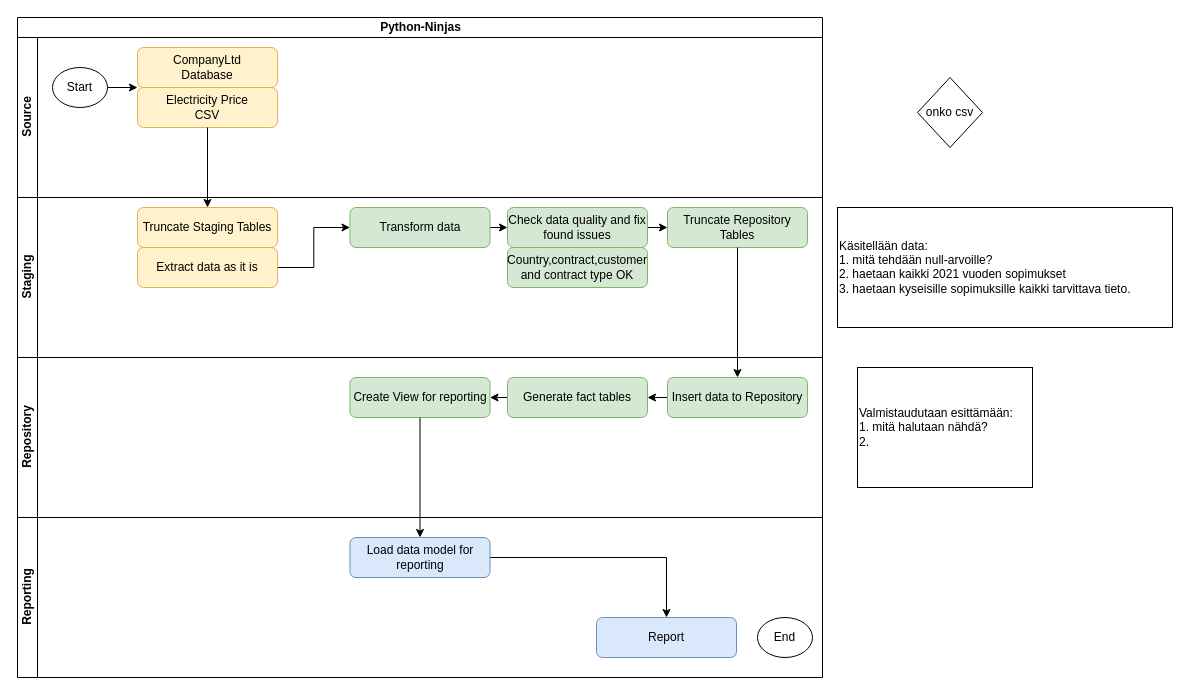
joni23008/Python-Ninjas-Projectworks keeps this draw.io diagram as Data-arkkitehtuuri - Esa/ETL-Prosessikaavio.drawio. Above is the earlier version. Source tidied: cells renumbered, new cells numbered last; positions are measured from the earlier drawing's top-left corner, leaving out a move shared by most shapes. Both pictures are drawn from the tidied source at 100%, with x=0, y=0 at pixel (17, 17).
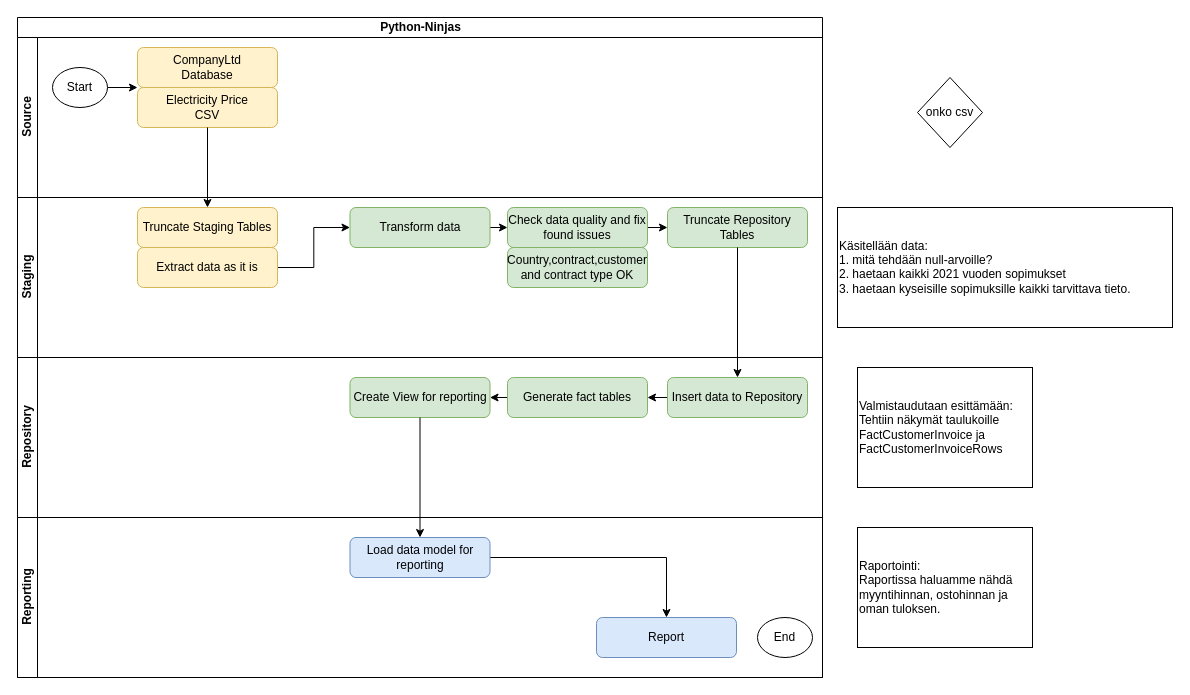
The same diagram, later.

Commit message (it also covers changes not shown here):
muokkaus ETL

Diff of the diagram source:
```diff
@@
-    <mxCell id="34" value="Valmistaudutaan esittämään:&lt;br&gt;1. mitä halutaan nähdä?&lt;div style=&quot;line-height: 120%;&quot;&gt;2.&amp;nbsp;&lt;/div&gt;" style="rounded=0;whiteSpace=wrap;html=1;align=left;" parent="1" vertex="1">
+    <mxCell id="34" value="Valmistaudutaan esittämään:&lt;br&gt;Tehtiin näkymät taulukoille FactCustomerInvoice ja FactCustomerInvoiceRows" style="rounded=0;whiteSpace=wrap;html=1;align=left;" parent="1" vertex="1">
       <mxGeometry x="840" y="350" width="175" height="120" as="geometry" />
     </mxCell>
+    <mxCell id="35" value="Raportointi:&lt;div&gt;Raportissa haluamme nähdä myyntihinnan, ostohinnan ja oman tuloksen.&lt;/div&gt;" style="rounded=0;whiteSpace=wrap;html=1;align=left;" parent="1" vertex="1">
+      <mxGeometry x="840" y="510" width="175" height="120" as="geometry" />
+    </mxCell>
```
